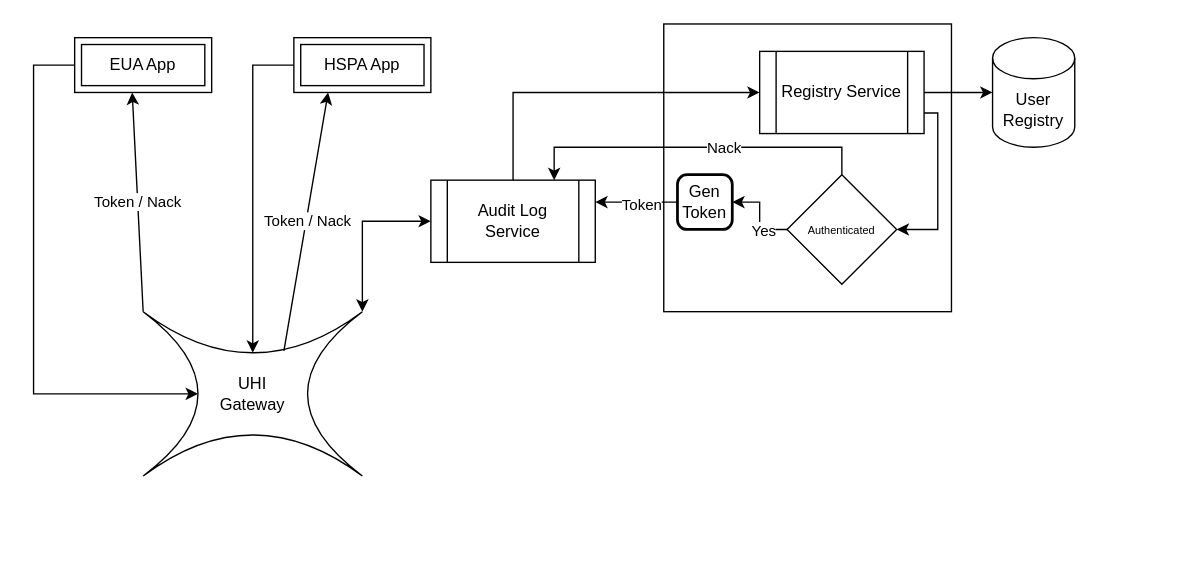
Earlier version of the draw.io diagram Untitled Diagram.drawio (maddy23285/RomanianCoderExamples). Source tidied: cells renumbered, new cells numbered last; positions are measured from the earlier drawing's top-left corner, leaving out a move shared by most shapes. Both pictures are drawn from the tidied source at 137%, with x=0, y=0 at pixel (33, 23).
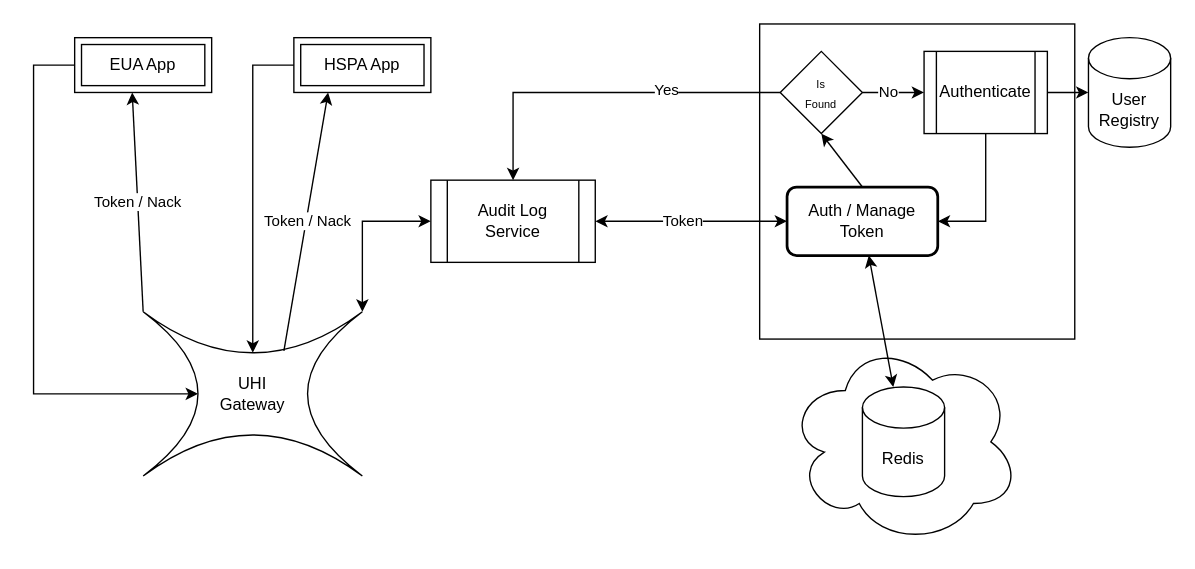
The same diagram, later.

Unchanged cells that the change refers to:
```xml
<mxCell id="5" value="Audit Log Service" style="shape=process;whiteSpace=wrap;html=1;backgroundOutline=1;" parent="1" vertex="1">
  <mxGeometry x="290" y="114" width="120" height="60" as="geometry" />
</mxCell>
```

Change to the diagram source:
```diff
@@
+    <mxCell id="27" style="ellipse;shape=cloud;whiteSpace=wrap;html=1;" parent="1" vertex="1">
+      <mxGeometry x="550" y="230" width="170" height="150" as="geometry" />
+    </mxCell>
     <mxCell id="2" style="whiteSpace=wrap;html=1;" parent="1" vertex="1">
-      <mxGeometry x="460" width="210" height="210" as="geometry" />
+      <mxGeometry x="530" width="230" height="230" as="geometry" />
     </mxCell>
     <mxCell id="3" value="User Registry" style="shape=cylinder3;whiteSpace=wrap;html=1;boundedLbl=1;backgroundOutline=1;size=15;" parent="1" vertex="1">
-      <mxGeometry x="700" y="10" width="60" height="80" as="geometry" />
+      <mxGeometry x="770" y="10" width="60" height="80" as="geometry" />
     </mxCell>
@@
-    <mxCell id="11" style="edgeStyle=orthogonalEdgeStyle;rounded=0;jettySize=auto;html=1;entryX=1;entryY=0.5;entryDx=0;entryDy=0;exitX=1;exitY=0.75;exitDx=0;exitDy=0;" parent="1" edge="1" source="12" target="17">
-      <mxGeometry relative="1" as="geometry">
-        <Array as="points">
-          <mxPoint x="660" y="65" />
-          <mxPoint x="660" y="150" />
-        </Array>
-      </mxGeometry>
-    </mxCell>
+    <mxCell id="28" style="edgeStyle=orthogonalEdgeStyle;rounded=0;jettySize=auto;html=1;entryX=1;entryY=0.5;entryDx=0;entryDy=0;" parent="1" edge="1" source="12" target="20">
+      <mxGeometry relative="1" as="geometry">
+        <Array as="points">
+          <mxPoint x="695" y="144" />
+        </Array>
+      </mxGeometry>
+    </mxCell>
-    <mxCell id="12" value="Registry Service" style="shape=process;whiteSpace=wrap;html=1;backgroundOutline=1;" parent="1" vertex="1">
-      <mxGeometry x="530" y="20" width="120" height="60" as="geometry" />
+    <mxCell id="12" value="Authenticate" style="shape=process;whiteSpace=wrap;html=1;backgroundOutline=1;" parent="1" vertex="1">
+      <mxGeometry x="650" y="20" width="90" height="60" as="geometry" />
     </mxCell>
-    <mxCell id="13" style="endArrow=classic;html=1;rounded=0;exitX=0.5;exitY=0;exitDx=0;exitDy=0;entryX=0;entryY=0.5;entryDx=0;entryDy=0;" parent="1" edge="1" source="5" target="12">
-      <mxGeometry relative="1" as="geometry">
-        <Array as="points">
-          <mxPoint x="350" y="50" />
-        </Array>
-      </mxGeometry>
-    </mxCell>
@@
-    <mxCell id="15" style="edgeStyle=orthogonalEdgeStyle;rounded=0;jettySize=auto;html=1;" parent="1" edge="1" source="17" target="20">
-      <mxGeometry relative="1" as="geometry" />
-    </mxCell>
-    <mxCell id="16" value="Yes" style="edgeLabel;html=1;align=center;verticalAlign=middle;" parent="15" vertex="1">
-      <mxGeometry x="-0.32" y="-2" relative="1" as="geometry" />
-    </mxCell>
-    <mxCell id="17" value="&lt;font style=&quot;font-size: 8px;&quot;&gt;Authenticated&lt;/font&gt;" style="rhombus;whiteSpace=wrap;html=1;" parent="1" vertex="1">
-      <mxGeometry x="550" y="110" width="80" height="80" as="geometry" />
-    </mxCell>
-    <mxCell id="18" style="edgeStyle=orthogonalEdgeStyle;rounded=0;jettySize=auto;html=1;" parent="1" edge="1" source="20" target="5">
-      <mxGeometry relative="1" as="geometry">
-        <Array as="points">
-          <mxPoint x="450" y="130" />
-          <mxPoint x="450" y="130" />
-        </Array>
-      </mxGeometry>
-    </mxCell>
-    <mxCell id="19" value="Token" style="edgeLabel;html=1;align=center;verticalAlign=middle;" parent="18" vertex="1">
-      <mxGeometry x="-0.11" y="1" relative="1" as="geometry" />
-    </mxCell>
-    <mxCell id="20" value="Gen&lt;br&gt;Token" style="rounded=1;whiteSpace=wrap;html=1;absoluteArcSize=1;arcSize=14;strokeWidth=2;" parent="1" vertex="1">
-      <mxGeometry x="470" y="110" width="40" height="40" as="geometry" />
+    <mxCell id="20" value="Auth / Manage Token" style="rounded=1;whiteSpace=wrap;html=1;absoluteArcSize=1;arcSize=14;strokeWidth=2;" parent="1" vertex="1">
+      <mxGeometry x="550" y="119" width="110" height="50" as="geometry" />
     </mxCell>
-    <mxCell id="21" style="endArrow=classic;html=1;rounded=0;entryX=0.75;entryY=0;entryDx=0;entryDy=0;exitX=0.5;exitY=0;exitDx=0;exitDy=0;" parent="1" edge="1" source="17" target="5">
-      <mxGeometry relative="1" as="geometry">
-        <Array as="points">
-          <mxPoint x="590" y="90" />
-          <mxPoint x="380" y="90" />
-        </Array>
-      </mxGeometry>
-    </mxCell>
-    <mxCell id="22" value="Nack" style="edgeLabel;html=1;align=center;verticalAlign=middle;" parent="21" vertex="1">
-      <mxGeometry x="-0.16" relative="1" as="geometry" />
-    </mxCell>
@@
+    <mxCell id="29" value="Redis" style="shape=cylinder3;whiteSpace=wrap;html=1;boundedLbl=1;backgroundOutline=1;size=15;" parent="1" vertex="1">
+      <mxGeometry x="605" y="265" width="60" height="80" as="geometry" />
+    </mxCell>
+    <mxCell id="30" style="endArrow=classic;startArrow=classic;html=1;rounded=0;exitX=1;exitY=0.5;exitDx=0;exitDy=0;entryX=0;entryY=0.5;entryDx=0;entryDy=0;" parent="1" edge="1" source="5" target="20">
+      <mxGeometry relative="1" as="geometry" />
+    </mxCell>
+    <mxCell id="19" value="Token" style="edgeLabel;html=1;align=center;verticalAlign=middle;" parent="30" vertex="1">
+      <mxGeometry x="-0.12" y="1" relative="1" as="geometry">
+        <mxPoint x="1" as="offset" />
+      </mxGeometry>
+    </mxCell>
+    <mxCell id="31" style="endArrow=classic;startArrow=classic;html=1;rounded=0;" parent="1" edge="1" source="29" target="20">
+      <mxGeometry relative="1" as="geometry" />
+    </mxCell>
+    <mxCell id="32" style="edgeStyle=orthogonalEdgeStyle;rounded=0;jettySize=auto;html=1;" parent="1" edge="1" source="34" target="12">
+      <mxGeometry relative="1" as="geometry" />
+    </mxCell>
+    <mxCell id="33" value="No" style="edgeLabel;html=1;align=center;verticalAlign=middle;" parent="32" vertex="1">
+      <mxGeometry x="-0.19" y="1" relative="1" as="geometry" />
+    </mxCell>
+    <mxCell id="34" value="&lt;font style=&quot;font-size: 8px;&quot;&gt;Is&lt;br&gt;Found&lt;/font&gt;" style="rhombus;whiteSpace=wrap;html=1;" parent="1" vertex="1">
+      <mxGeometry x="545" y="20" width="60" height="60" as="geometry" />
+    </mxCell>
+    <mxCell id="35" style="endArrow=classic;html=1;rounded=0;exitX=0;exitY=0.5;exitDx=0;exitDy=0;" parent="1" edge="1" source="34" target="5">
+      <mxGeometry relative="1" as="geometry">
+        <Array as="points">
+          <mxPoint x="350" y="50" />
+        </Array>
+      </mxGeometry>
+    </mxCell>
+    <mxCell id="16" value="Yes" style="edgeLabel;html=1;align=center;verticalAlign=middle;" parent="35" vertex="1">
+      <mxGeometry x="-0.35" y="-3" relative="1" as="geometry" />
+    </mxCell>
+    <mxCell id="36" style="endArrow=classic;html=1;rounded=0;entryX=0.5;entryY=1;entryDx=0;entryDy=0;exitX=0.5;exitY=0;exitDx=0;exitDy=0;" parent="1" edge="1" source="20" target="34">
+      <mxGeometry relative="1" as="geometry" />
+    </mxCell>
```
